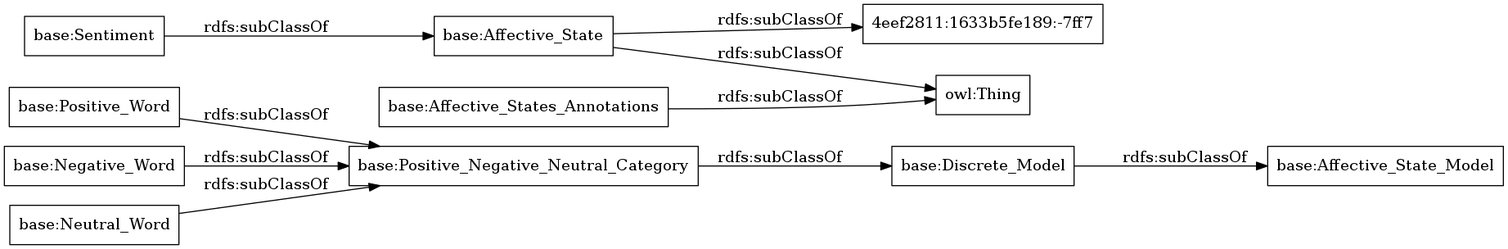
Above: OnToology/Affectional.owl/diagrams/ar2dtool-taxonomy/Affectional.owl.png in rana-othman/HASIO-Modularization (Graphviz), before the change. Its source is kept beside it as OnToology/Affectional.owl/diagrams/ar2dtool-taxonomy/Affectional.owl.png.dot.
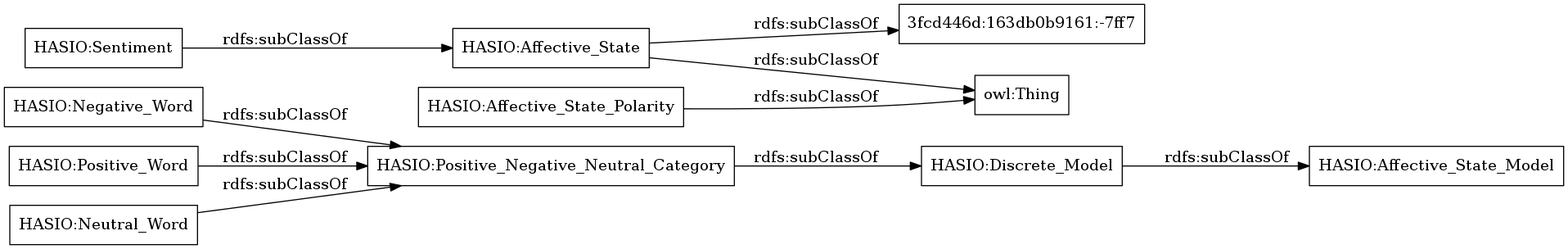
The same file after the commit.

The edit, as a diff of the source:
```diff
@@ -1,15 +1,15 @@
 digraph ar2dtool_diagram {
 rankdir=LR;
 size="1000"
-node [shape = rectangle, color="black"]; "base:Positive_Word" "base:Discrete_Model" "base:Sentiment" "base:Affective_State_Model" "base:Positive_Negative_Neutral_Category" "base:Affective_States_Annotations" "base:Negative_Word" "4eef2811:1633b5fe189:-7ff7" "base:Neutral_Word" "base:Affective_State" ; /*classes style*/
-	"base:Affective_State" -> "4eef2811:1633b5fe189:-7ff7" [ label = "rdfs:subClassOf" ];
-	"base:Affective_State" -> "owl:Thing" [ label = "rdfs:subClassOf" ];
-	"base:Sentiment" -> "base:Affective_State" [ label = "rdfs:subClassOf" ];
-	"base:Affective_States_Annotations" -> "owl:Thing" [ label = "rdfs:subClassOf" ];
-	"base:Positive_Word" -> "base:Positive_Negative_Neutral_Category" [ label = "rdfs:subClassOf" ];
-	"base:Negative_Word" -> "base:Positive_Negative_Neutral_Category" [ label = "rdfs:subClassOf" ];
-	"base:Discrete_Model" -> "base:Affective_State_Model" [ label = "rdfs:subClassOf" ];
-	"base:Positive_Negative_Neutral_Category" -> "base:Discrete_Model" [ label = "rdfs:subClassOf" ];
-	"base:Neutral_Word" -> "base:Positive_Negative_Neutral_Category" [ label = "rdfs:subClassOf" ];
+node [shape = rectangle, color="black"]; "HASIO:Discrete_Model" "HASIO:Sentiment" "HASIO:Negative_Word" "HASIO:Positive_Word" "HASIO:Affective_State_Polarity" "HASIO:Affective_State" "HASIO:Positive_Negative_Neutral_Category" "HASIO:Affective_State_Model" "HASIO:Neutral_Word" "3fcd446d:163db0b9161:-7ff7" ; /*classes style*/
+	"HASIO:Affective_State" -> "3fcd446d:163db0b9161:-7ff7" [ label = "rdfs:subClassOf" ];
+	"HASIO:Affective_State" -> "owl:Thing" [ label = "rdfs:subClassOf" ];
+	"HASIO:Sentiment" -> "HASIO:Affective_State" [ label = "rdfs:subClassOf" ];
+	"HASIO:Positive_Negative_Neutral_Category" -> "HASIO:Discrete_Model" [ label = "rdfs:subClassOf" ];
+	"HASIO:Affective_State_Polarity" -> "owl:Thing" [ label = "rdfs:subClassOf" ];
+	"HASIO:Neutral_Word" -> "HASIO:Positive_Negative_Neutral_Category" [ label = "rdfs:subClassOf" ];
+	"HASIO:Positive_Word" -> "HASIO:Positive_Negative_Neutral_Category" [ label = "rdfs:subClassOf" ];
+	"HASIO:Discrete_Model" -> "HASIO:Affective_State_Model" [ label = "rdfs:subClassOf" ];
+	"HASIO:Negative_Word" -> "HASIO:Positive_Negative_Neutral_Category" [ label = "rdfs:subClassOf" ];
 
 }
```
